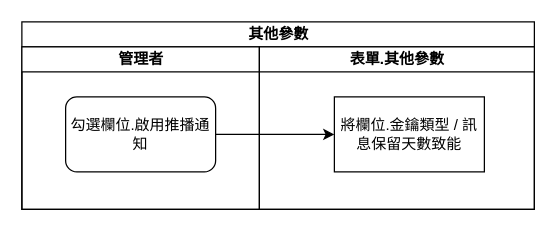
The draw.io diagram page "啟用推播通知" (2 of 7) of 8.10.0/UPDATE/ITEM_2/RTE/diagram/其他參數.drawio in ArcareRD/sadocs, before the edit. Source tidied: cells renumbered, new cells numbered last; positions are measured from the earlier drawing's top-left corner, leaving out a move shared by most shapes. Both pictures are drawn from the tidied source at 125%, with x=0, y=0 at pixel (21, 21).
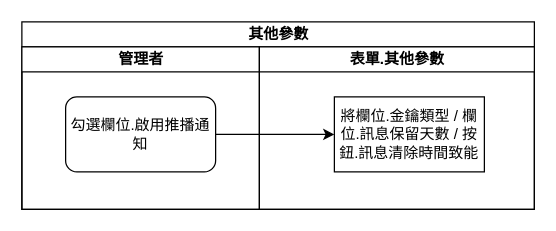
The same diagram, later.

The edit, as a diff of the source:
```diff
@@
 <mxGraphModel>
   <root>
     <mxCell id="0" />
     <mxCell id="1" parent="0" />
     <mxCell id="2" value="其他參數" style="swimlane;html=1;startSize=20;" parent="1" vertex="1">
       <mxGeometry width="410" height="150" as="geometry" />
     </mxCell>
     <mxCell id="3" value="管理者" style="swimlane;html=1;startSize=20;" parent="2" vertex="1">
       <mxGeometry y="20" width="190" height="130" as="geometry" />
     </mxCell>
     <mxCell id="4" value="勾選欄位.啟用推播通知" style="rounded=1;whiteSpace=wrap;html=1;" parent="3" vertex="1">
       <mxGeometry x="35" y="40" width="120" height="60" as="geometry" />
     </mxCell>
     <mxCell id="5" value="表單.其他參數" style="swimlane;html=1;startSize=20;" parent="2" vertex="1">
       <mxGeometry x="190" y="20" width="220" height="130" as="geometry" />
     </mxCell>
-    <mxCell id="6" value="將欄位.金鑰類型 / 訊息保留天數致能" style="rounded=0;whiteSpace=wrap;html=1;" parent="5" vertex="1">
+    <mxCell id="6" value="將欄位.金鑰類型 / 欄位.訊息保留天數 / 按鈕.訊息清除時間致能" style="rounded=0;whiteSpace=wrap;html=1;" parent="5" vertex="1">
       <mxGeometry x="60" y="40" width="120" height="60" as="geometry" />
     </mxCell>
     <mxCell id="7" style="edgeStyle=orthogonalEdgeStyle;rounded=0;jettySize=auto;html=1;" parent="2" edge="1" source="4" target="6">
       <mxGeometry relative="1" as="geometry" />
     </mxCell>
   </root>
 </mxGraphModel>
```
